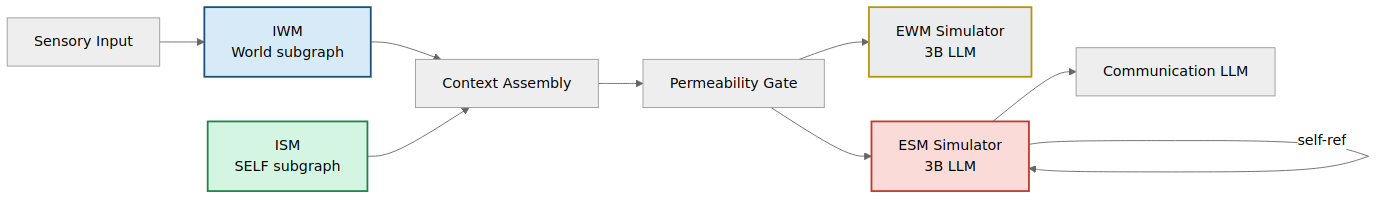
This is docs/engineering/designs/pdf/png/design-04-simple.png from JeltzProstetnic/aIware, a Mermaid export, as it was before one commit. Its source is kept beside it as docs/engineering/designs/pdf/mmd/design-04-simple.mmd. Its diagram source:
```mermaid
graph LR
    SENS[Sensory Input] --> IWM[IWM<br/>World subgraph]
    IWM --> CTX[Context Assembly]
    ISM[ISM<br/>SELF subgraph] --> CTX
    CTX --> PERM[Permeability Gate]
    PERM --> EWM[EWM Simulator<br/>3B LLM]
    PERM --> ESM[ESM Simulator<br/>3B LLM]
    ESM -->|self-ref| ESM
    ESM --> COMM[Communication LLM]
    style IWM fill:#D6EAF8,stroke:#1A5276,stroke-width:2px
    style ISM fill:#D5F5E3,stroke:#1E8449,stroke-width:2px
    style EWM fill:#EAECEE,stroke:#B7950B,stroke-width:2px
    style ESM fill:#FADBD8,stroke:#C0392B,stroke-width:2px
```
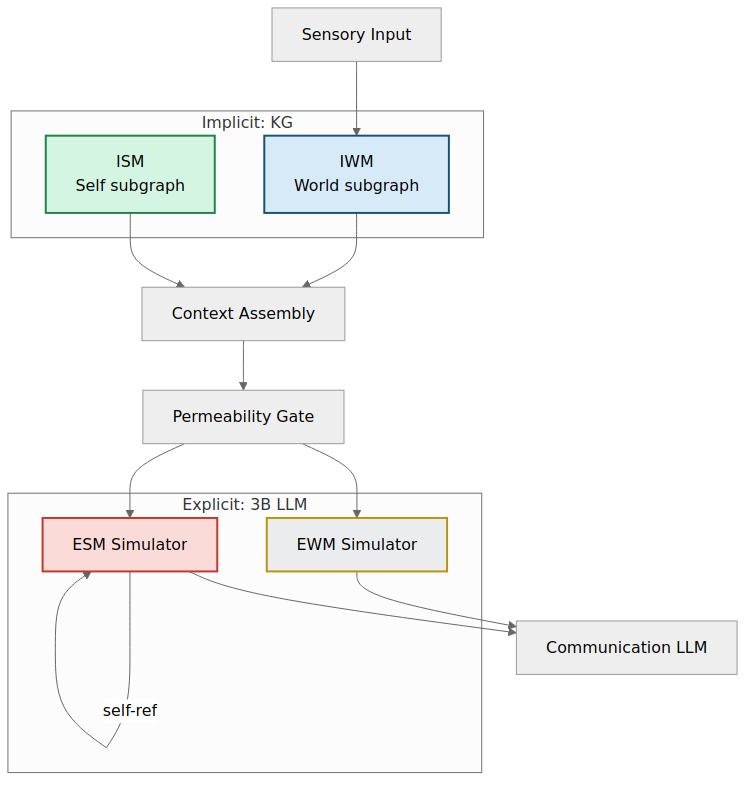
Later version of the same file.

The edit, as a diff of the source:
```diff
@@ -1,12 +1,21 @@
-graph LR
-    SENS[Sensory Input] --> IWM[IWM<br/>World subgraph]
-    IWM --> CTX[Context Assembly]
-    ISM[ISM<br/>SELF subgraph] --> CTX
-    CTX --> PERM[Permeability Gate]
-    PERM --> EWM[EWM Simulator<br/>3B LLM]
-    PERM --> ESM[ESM Simulator<br/>3B LLM]
+graph TD
+    SENS[Sensory Input] --> IWM
+    subgraph IMPL["Implicit: KG"]
+        IWM["IWM<br/>World subgraph"]
+        ISM["ISM<br/>Self subgraph"]
+    end
+    IWM --> CTX["Context Assembly"]
+    ISM --> CTX
+    CTX --> PERM["Permeability Gate"]
+    PERM --> EWM
+    PERM --> ESM
+    subgraph EXPL["Explicit: 3B LLM"]
+        EWM["EWM Simulator"]
+        ESM["ESM Simulator"]
+    end
     ESM -->|self-ref| ESM
-    ESM --> COMM[Communication LLM]
+    EWM --> COMM[Communication LLM]
+    ESM --> COMM
     style IWM fill:#D6EAF8,stroke:#1A5276,stroke-width:2px
     style ISM fill:#D5F5E3,stroke:#1E8449,stroke-width:2px
     style EWM fill:#EAECEE,stroke:#B7950B,stroke-width:2px
```
